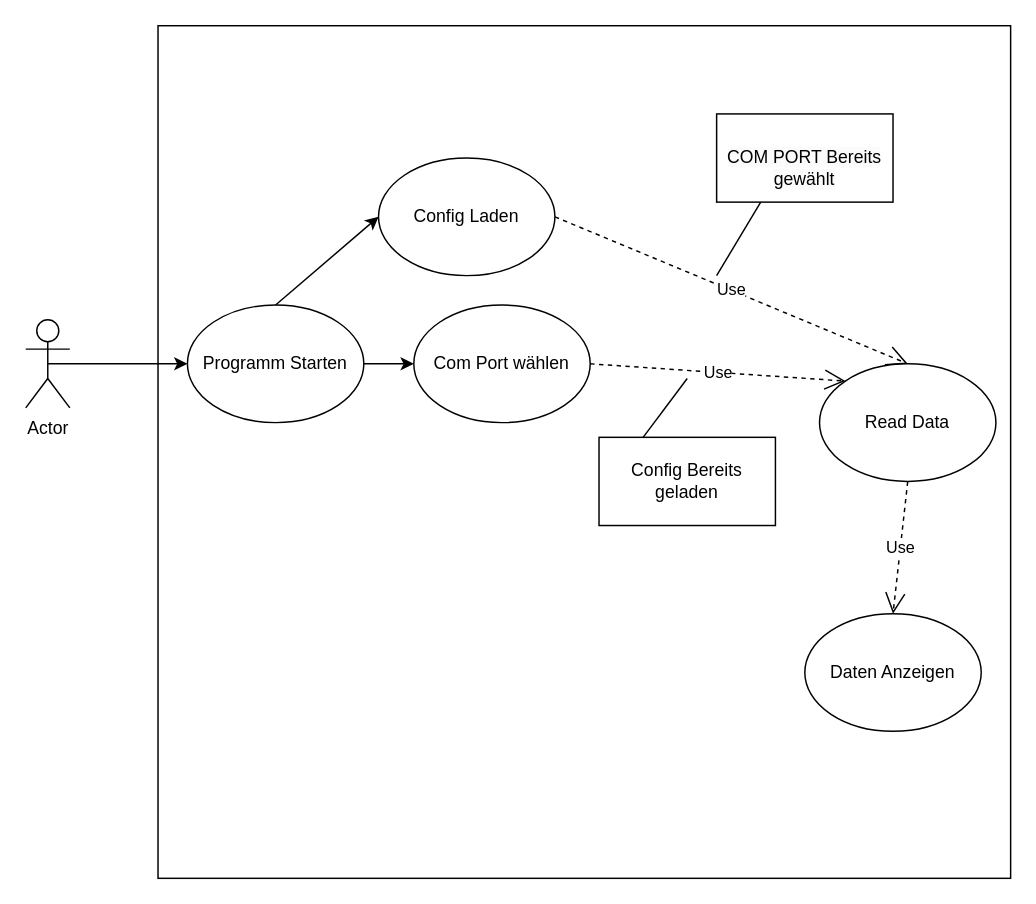
Earlier version of the draw.io diagram Use-Case Diagram.drawio (AlexanderHulbe/ModbusRTU_Viewer). Source tidied: cells renumbered, new cells numbered last; positions are measured from the earlier drawing's top-left corner, leaving out a move shared by most shapes. Both pictures are drawn from the tidied source at 147%, with x=0, y=0 at pixel (25, 25).
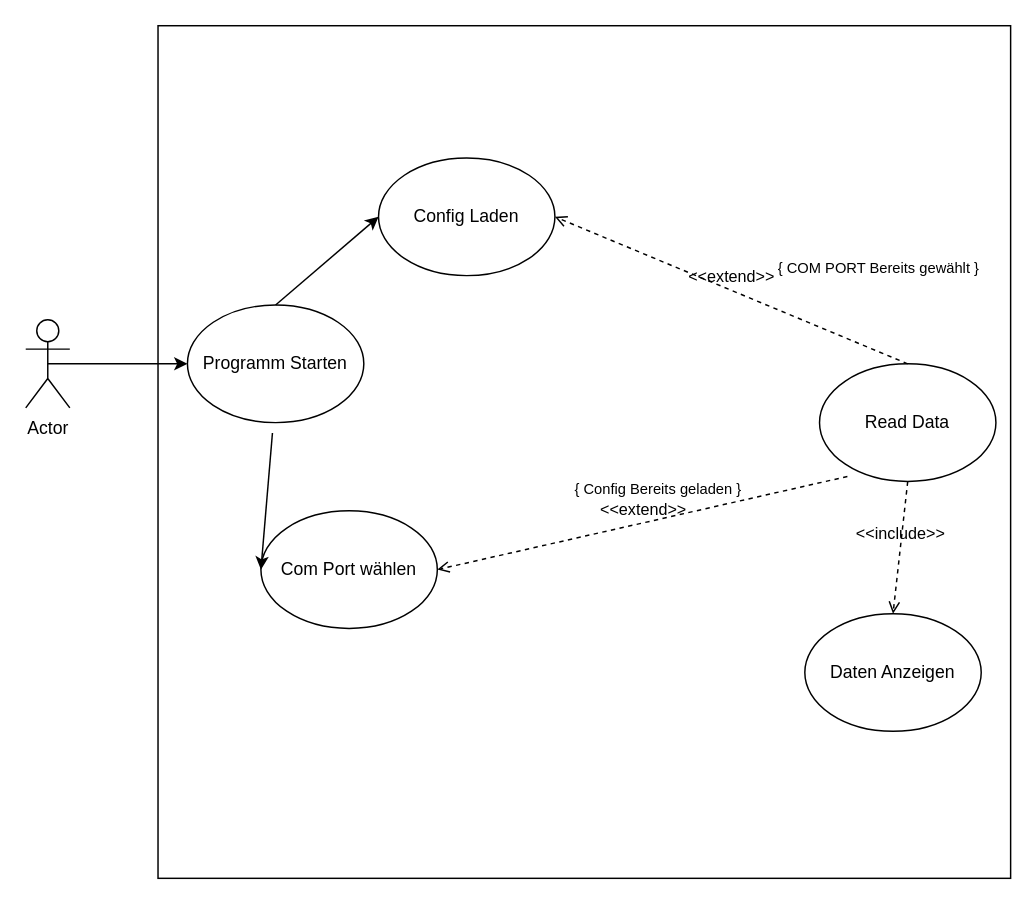
The same diagram, later.

The change refers to these unchanged cells:
```xml
<mxCell id="5" value="Programm Starten" style="ellipse;whiteSpace=wrap;html=1;fillColor=none;" parent="1" vertex="1">
  <mxGeometry x="110" y="190" width="120" height="80" as="geometry" />
</mxCell>
<mxCell id="6" value="Config Laden" style="ellipse;whiteSpace=wrap;html=1;fillColor=none;" parent="1" vertex="1">
  <mxGeometry x="240" y="90" width="120" height="80" as="geometry" />
</mxCell>
<mxCell id="8" value="Read Data" style="ellipse;whiteSpace=wrap;html=1;fillColor=none;" parent="1" vertex="1">
  <mxGeometry x="540" y="230" width="120" height="80" as="geometry" />
</mxCell>
<mxCell id="9" value="Daten Anzeigen" style="ellipse;whiteSpace=wrap;html=1;fillColor=none;" parent="1" vertex="1">
  <mxGeometry x="530" y="400" width="120" height="80" as="geometry" />
</mxCell>
```

The edit, as a diff of the source:
```diff
@@
     <mxCell id="7" value="Com Port wählen" style="ellipse;whiteSpace=wrap;html=1;fillColor=none;" parent="1" vertex="1">
-      <mxGeometry x="264" y="190" width="120" height="80" as="geometry" />
+      <mxGeometry x="160" y="330" width="120" height="80" as="geometry" />
     </mxCell>
@@
-    <mxCell id="10" value="Use" style="endArrow=open;endSize=12;dashed=1;html=1;rounded=0;exitX=0.5;exitY=1;exitDx=0;exitDy=0;entryX=0.5;entryY=0;entryDx=0;entryDy=0;" parent="1" edge="1" source="8" target="9">
-      <mxGeometry relative="1" as="geometry" />
-    </mxCell>
@@
-    <mxCell id="12" style="endArrow=classic;html=1;rounded=0;exitX=1;exitY=0.5;exitDx=0;exitDy=0;entryX=0;entryY=0.5;entryDx=0;entryDy=0;" parent="1" edge="1" source="5" target="7">
+    <mxCell id="12" style="endArrow=classic;html=1;rounded=0;exitX=0.482;exitY=1.088;exitDx=0;exitDy=0;entryX=0;entryY=0.5;entryDx=0;entryDy=0;exitPerimeter=0;" parent="1" edge="1" source="5" target="7">
       <mxGeometry relative="1" as="geometry" />
     </mxCell>
-    <mxCell id="13" value="Use" style="endArrow=open;endSize=12;dashed=1;html=1;rounded=0;exitX=1;exitY=0.5;exitDx=0;exitDy=0;entryX=0.5;entryY=0;entryDx=0;entryDy=0;" parent="1" edge="1" source="6" target="8">
-      <mxGeometry relative="1" as="geometry" />
-    </mxCell>
-    <mxCell id="14" value="Use" style="endArrow=open;endSize=12;dashed=1;html=1;rounded=0;exitX=1;exitY=0.5;exitDx=0;exitDy=0;entryX=0;entryY=0;entryDx=0;entryDy=0;" parent="1" edge="1" source="7" target="8">
-      <mxGeometry relative="1" as="geometry" />
-    </mxCell>
-    <mxCell id="15" value="&lt;span style=&quot;color: rgb(0, 0, 0); font-family: Helvetica; font-size: 12px; font-style: normal; font-variant-ligatures: normal; font-variant-caps: normal; font-weight: 400; letter-spacing: normal; orphans: 2; text-align: center; text-indent: 0px; text-transform: none; widows: 2; word-spacing: 0px; -webkit-text-stroke-width: 0px; background-color: rgb(251, 251, 251); text-decoration-thickness: initial; text-decoration-style: initial; text-decoration-color: initial; float: none; display: inline !important;&quot;&gt;&lt;br&gt;COM PORT Bereits gewählt&lt;/span&gt;&lt;br&gt;" style="whiteSpace=wrap;html=1;" parent="1" vertex="1">
-      <mxGeometry x="470" y="60" width="120" height="60" as="geometry" />
-    </mxCell>
-    <mxCell id="16" style="endArrow=none;html=1;rounded=0;entryX=0.25;entryY=1;entryDx=0;entryDy=0;" parent="1" edge="1" target="15">
-      <mxGeometry relative="1" as="geometry">
-        <mxPoint x="470" y="170" as="sourcePoint" />
-      </mxGeometry>
-    </mxCell>
-    <mxCell id="17" value="Config Bereits geladen" style="whiteSpace=wrap;html=1;" parent="1" vertex="1">
-      <mxGeometry x="390" y="280" width="120" height="60" as="geometry" />
-    </mxCell>
-    <mxCell id="18" style="endArrow=none;html=1;rounded=0;exitX=0.25;exitY=0;exitDx=0;exitDy=0;" parent="1" edge="1" source="17">
-      <mxGeometry relative="1" as="geometry">
-        <mxPoint x="450" y="240" as="targetPoint" />
-      </mxGeometry>
-    </mxCell>
+    <mxCell id="19" value="&amp;lt;&amp;lt;extend&amp;gt;&amp;gt;" style="html=1;verticalAlign=bottom;labelBackgroundColor=none;endArrow=open;endFill=0;dashed=1;rounded=0;exitX=0.158;exitY=0.958;exitDx=0;exitDy=0;entryX=1;entryY=0.5;entryDx=0;entryDy=0;exitPerimeter=0;" parent="1" edge="1" source="8" target="7">
+      <mxGeometry relative="1" as="geometry" />
+    </mxCell>
+    <mxCell id="20" value="&amp;lt;&amp;lt;extend&amp;gt;&amp;gt;" style="html=1;verticalAlign=bottom;labelBackgroundColor=none;endArrow=open;endFill=0;dashed=1;rounded=0;exitX=0.5;exitY=0;exitDx=0;exitDy=0;entryX=1;entryY=0.5;entryDx=0;entryDy=0;" parent="1" edge="1" source="8" target="6">
+      <mxGeometry relative="1" as="geometry" />
+    </mxCell>
+    <mxCell id="21" value="&lt;font style=&quot;font-size: 10px;&quot;&gt;{ COM PORT Bereits gewählt }&lt;/font&gt;" style="text;html=1;align=center;verticalAlign=middle;strokeColor=none;fillColor=none;" parent="1" vertex="1">
+      <mxGeometry x="500" y="150" width="160" height="30" as="geometry" />
+    </mxCell>
+    <mxCell id="22" value="&lt;font style=&quot;font-size: 10px;&quot;&gt;{&amp;nbsp;Config Bereits geladen&amp;nbsp;}&lt;/font&gt;" style="text;html=1;align=center;verticalAlign=middle;strokeColor=none;fillColor=none;" parent="1" vertex="1">
+      <mxGeometry x="360" y="300" width="140" height="30" as="geometry" />
+    </mxCell>
+    <mxCell id="10" value="&amp;lt;&amp;lt;include&amp;gt;&amp;gt;" style="html=1;verticalAlign=bottom;labelBackgroundColor=none;endArrow=open;endFill=0;dashed=1;rounded=0;exitX=0.5;exitY=1;exitDx=0;exitDy=0;entryX=0.5;entryY=0;entryDx=0;entryDy=0;" parent="1" edge="1" source="8" target="9">
+      <mxGeometry relative="1" as="geometry" />
+    </mxCell>
```
